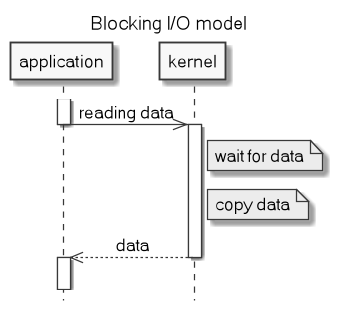
The PlantUML diagram .images/blocking_IO_model.png in c0p4c4b4n4/demo-sockets-io-nio-nio2, before a commit. The source it was exported from:
```plantuml
@startuml
title Blocking I/O model
hide footbox
skinparam monochrome true
skinparam defaultFontName Microsoft Sans Serif
skinparam titleFontSize 15
skinparam sequenceMessageAlign center
activate application
application->>kernel: reading data
deactivate application
activate kernel
Note right of kernel: wait for data
Note right of kernel: copy data
kernel-->>application: data
deactivate kernel
activate application
||3||
kernel -[#white]->]
@enduml
```
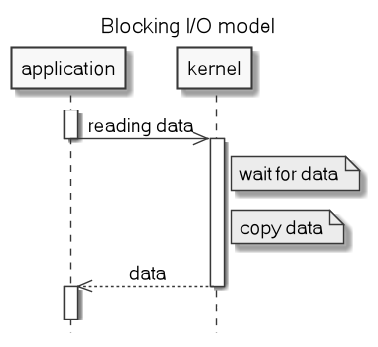
The same diagram one commit later.

Change to the diagram source:
```diff
@@ -1,4 +1,5 @@
 @startuml
+scale 1.2
 title Blocking I/O model
 hide footbox
 skinparam monochrome true
@@ -14,6 +15,6 @@
 kernel-->>application: data
 deactivate kernel
 activate application
-||3||
+||1||
 kernel -[#white]->]
 @enduml
```
